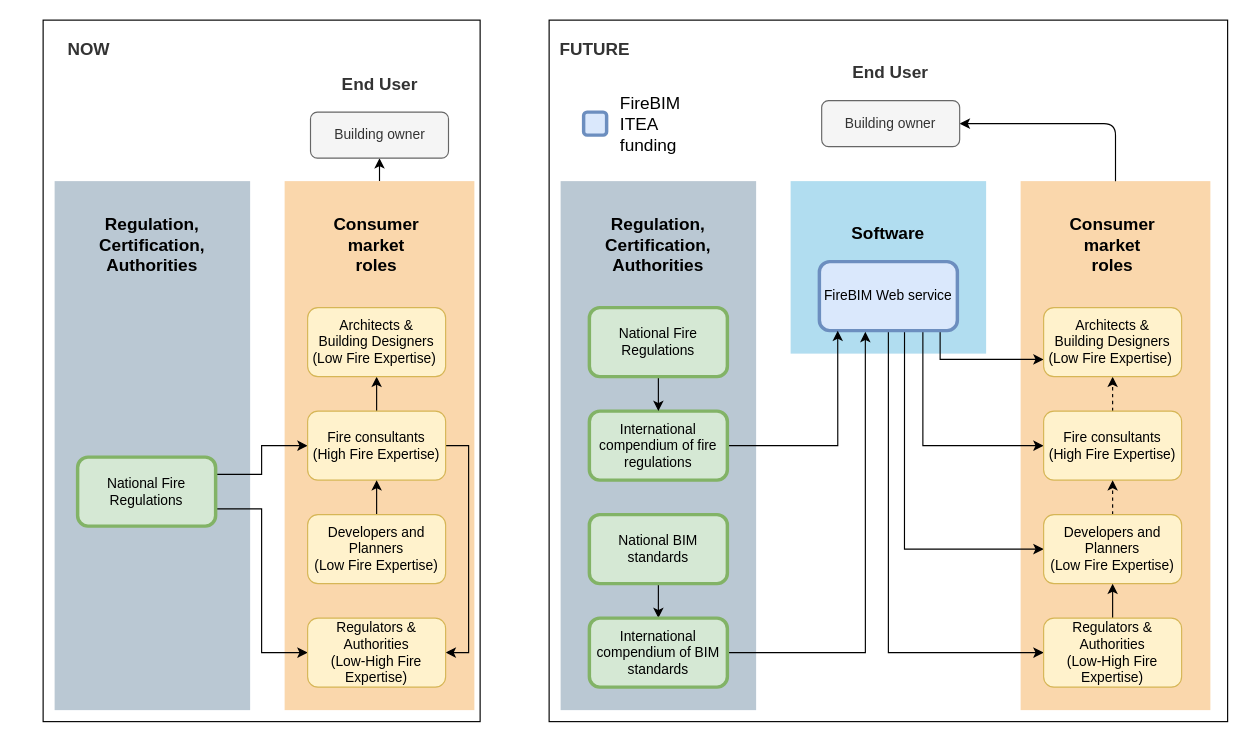
The draw.io diagram diagram/FireBIM Market Value Chain Ultra Lite.drawio in Kristoffernegendahl/fireBIM, before the edit. Source tidied: cells renumbered, new cells numbered last; positions are measured from the earlier drawing's top-left corner, leaving out a move shared by most shapes. Both pictures are drawn from the tidied source at 115%, with x=0, y=0 at pixel (20, 20).
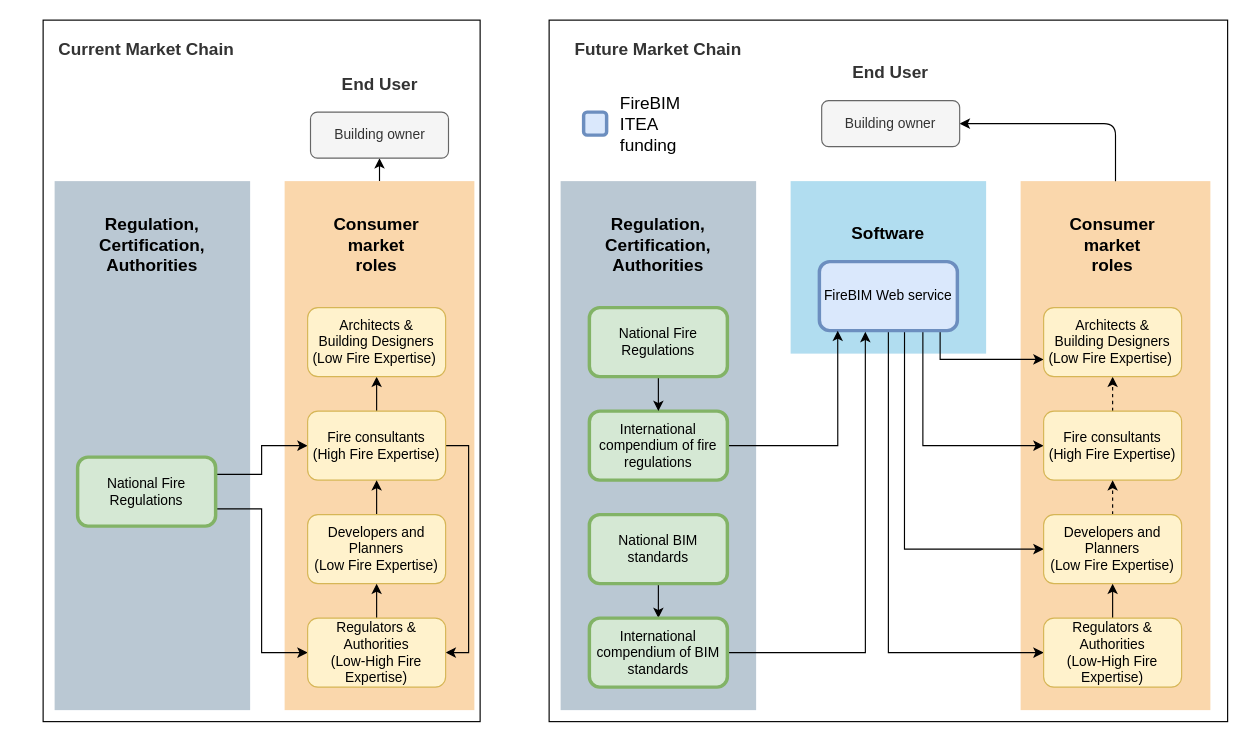
The same diagram, later.

Unchanged cells that the change refers to:
```xml
<mxCell id="48" value="Developers and Planners&lt;br&gt;(Low Fire Expertise)" style="rounded=1;whiteSpace=wrap;html=1;fillColor=#fff2cc;strokeColor=#d6b656;" parent="1" vertex="1">
  <mxGeometry x="250" y="430" width="120" height="60" as="geometry" />
</mxCell>
<mxCell id="49" value="Regulators &amp;amp; Authorities&lt;br&gt;(Low-High Fire Expertise)" style="rounded=1;whiteSpace=wrap;html=1;fillColor=#fff2cc;strokeColor=#d6b656;" parent="1" vertex="1">
  <mxGeometry x="250" y="520" width="120" height="60" as="geometry" />
</mxCell>
```

Diff of the diagram source:
```diff
@@
+    <mxCell id="55" style="edgeStyle=orthogonalEdgeStyle;rounded=0;jettySize=auto;html=1;exitX=0.5;exitY=0;exitDx=0;exitDy=0;entryX=0.5;entryY=1;entryDx=0;entryDy=0;strokeWidth=1;" parent="1" edge="1" source="49" target="48">
+      <mxGeometry relative="1" as="geometry" />
+    </mxCell>
@@
-    <mxCell id="53" value="&lt;font style=&quot;font-size: 15px&quot;&gt;NOW&lt;/font&gt;" style="rounded=1;whiteSpace=wrap;html=1;arcSize=50;fillColor=none;strokeColor=none;fontColor=#333333;fontStyle=1;" parent="1" vertex="1">
-      <mxGeometry width="120" height="50" as="geometry" />
+    <mxCell id="53" value="&lt;font style=&quot;font-size: 15px&quot;&gt;Current Market Chain&lt;/font&gt;" style="rounded=1;whiteSpace=wrap;html=1;arcSize=50;fillColor=none;strokeColor=none;fontColor=#333333;fontStyle=1;" parent="1" vertex="1">
+      <mxGeometry x="5" width="210" height="50" as="geometry" />
     </mxCell>
-    <mxCell id="54" value="&lt;font style=&quot;font-size: 15px&quot;&gt;FUTURE&lt;/font&gt;" style="rounded=1;whiteSpace=wrap;html=1;arcSize=50;fillColor=none;strokeColor=none;fontColor=#333333;fontStyle=1;" parent="1" vertex="1">
-      <mxGeometry x="440" width="120" height="50" as="geometry" />
-    </mxCell>
+    <mxCell id="56" value="&lt;font style=&quot;font-size: 15px&quot;&gt;Future Market Chain&lt;/font&gt;" style="rounded=1;whiteSpace=wrap;html=1;arcSize=50;fillColor=none;strokeColor=none;fontColor=#333333;fontStyle=1;" parent="1" vertex="1">
+      <mxGeometry x="450" width="210" height="50" as="geometry" />
+    </mxCell>
```
